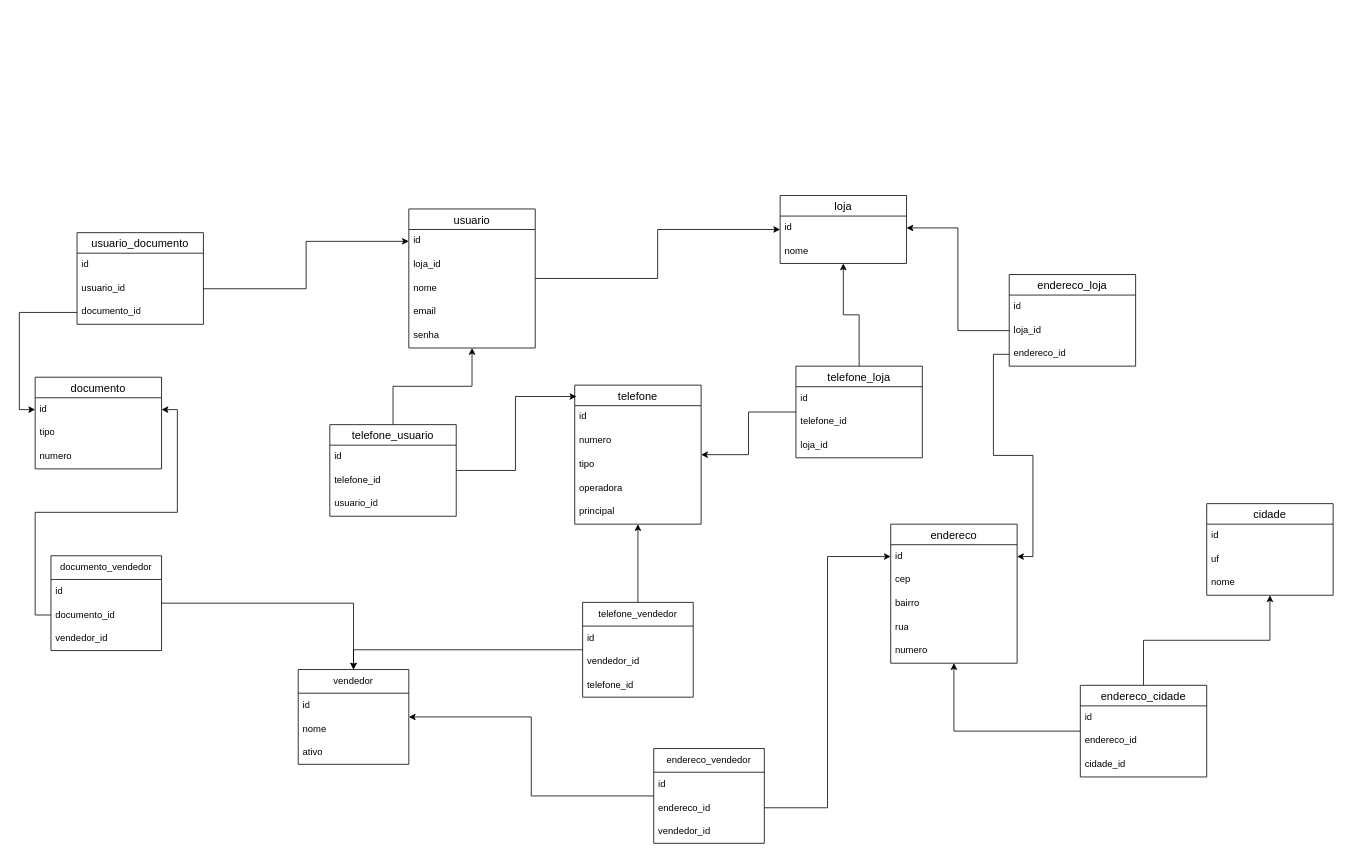
The draw.io diagram principal.drawio in kent4naTx/docs, before the edit. Source tidied: cells renumbered, new cells numbered last; positions are measured from the earlier drawing's top-left corner, leaving out a move shared by most shapes. Both pictures are drawn from the tidied source at 79%, with x=0, y=0 at pixel (35, 195).
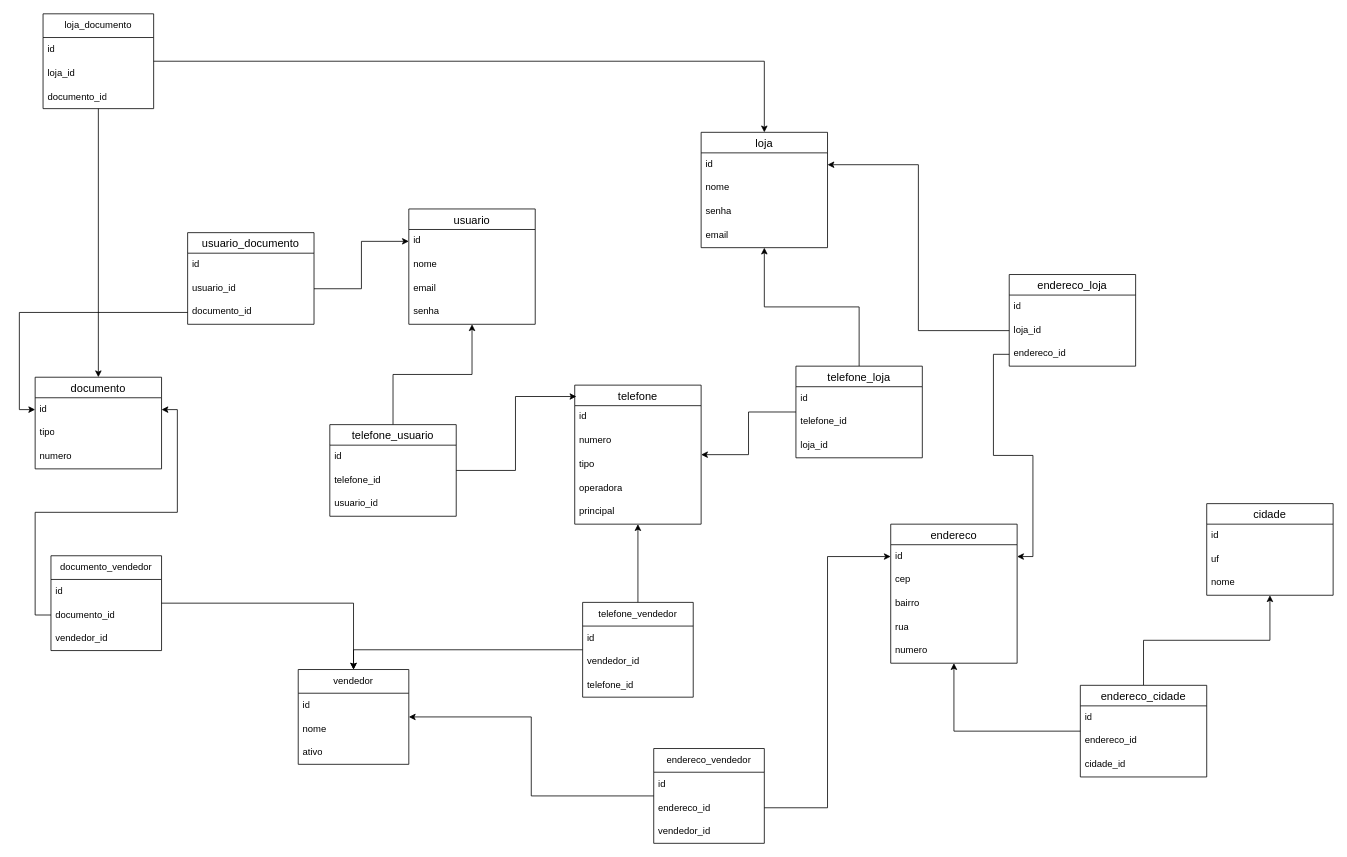
Above is the later version.

The change refers to these unchanged cells:
```xml
<mxCell id="51" value="documento" style="swimlane;fontStyle=0;horizontal=1;startSize=26;align=center;fontSize=14;" parent="1" vertex="1">
  <mxGeometry y="230" width="160" height="116" as="geometry" />
</mxCell>
```

Change to the diagram source:
```diff
@@
-    <mxCell id="2" style="edgeStyle=orthogonalEdgeStyle;rounded=0;jettySize=auto;html=1;" parent="1" edge="1" source="3" target="9">
-      <mxGeometry relative="1" as="geometry" />
-    </mxCell>
     <mxCell id="3" value="usuario" style="swimlane;fontStyle=0;horizontal=1;startSize=26;align=center;fontSize=14;" parent="1" vertex="1">
-      <mxGeometry x="473" y="17" width="160" height="176" as="geometry" />
+      <mxGeometry x="473" y="17" width="160" height="146" as="geometry" />
     </mxCell>
@@
-    <mxCell id="5" value="loja_id" style="text;strokeColor=none;fillColor=none;spacingLeft=4;spacingRight=4;overflow=hidden;fontSize=12;whiteSpace=wrap;html=1;" parent="3" vertex="1">
-      <mxGeometry y="56" width="160" height="30" as="geometry" />
-    </mxCell>
     <mxCell id="6" value="nome&lt;br&gt;" style="text;strokeColor=none;fillColor=none;spacingLeft=4;spacingRight=4;overflow=hidden;fontSize=12;whiteSpace=wrap;html=1;" parent="3" vertex="1">
-      <mxGeometry y="86" width="160" height="30" as="geometry" />
+      <mxGeometry y="56" width="160" height="30" as="geometry" />
     </mxCell>
     <mxCell id="7" value="email" style="text;strokeColor=none;fillColor=none;spacingLeft=4;spacingRight=4;overflow=hidden;fontSize=12;whiteSpace=wrap;html=1;" parent="3" vertex="1">
-      <mxGeometry y="116" width="160" height="30" as="geometry" />
+      <mxGeometry y="86" width="160" height="30" as="geometry" />
     </mxCell>
     <mxCell id="8" value="senha" style="text;strokeColor=none;fillColor=none;spacingLeft=4;spacingRight=4;overflow=hidden;fontSize=12;whiteSpace=wrap;html=1;" parent="3" vertex="1">
-      <mxGeometry y="146" width="160" height="30" as="geometry" />
+      <mxGeometry y="116" width="160" height="30" as="geometry" />
     </mxCell>
     <mxCell id="9" value="loja" style="swimlane;fontStyle=0;horizontal=1;startSize=26;align=center;fontSize=14;" parent="1" vertex="1">
-      <mxGeometry x="943" width="160" height="86" as="geometry" />
+      <mxGeometry x="843" y="-80" width="160" height="146" as="geometry" />
     </mxCell>
@@
+    <mxCell id="84" value="senha" style="text;strokeColor=none;fillColor=none;spacingLeft=4;spacingRight=4;overflow=hidden;fontSize=12;whiteSpace=wrap;html=1;" parent="9" vertex="1">
+      <mxGeometry y="86" width="160" height="30" as="geometry" />
+    </mxCell>
+    <mxCell id="85" value="email" style="text;strokeColor=none;fillColor=none;spacingLeft=4;spacingRight=4;overflow=hidden;fontSize=12;whiteSpace=wrap;html=1;" parent="9" vertex="1">
+      <mxGeometry y="116" width="160" height="30" as="geometry" />
+    </mxCell>
@@
     <mxCell id="55" value="usuario_documento" style="swimlane;fontStyle=0;horizontal=1;startSize=26;align=center;fontSize=14;" parent="1" vertex="1">
-      <mxGeometry x="53" y="47" width="160" height="116" as="geometry" />
+      <mxGeometry x="193" y="47" width="160" height="116" as="geometry" />
     </mxCell>
@@
+    <mxCell id="86" style="edgeStyle=orthogonalEdgeStyle;rounded=0;jettySize=auto;html=1;" parent="1" edge="1" source="88" target="9">
+      <mxGeometry relative="1" as="geometry" />
+    </mxCell>
+    <mxCell id="87" style="edgeStyle=orthogonalEdgeStyle;rounded=0;jettySize=auto;html=1;" parent="1" edge="1" source="88" target="51">
+      <mxGeometry relative="1" as="geometry" />
+    </mxCell>
+    <mxCell id="88" value="loja_documento" style="swimlane;fontStyle=0;horizontal=1;startSize=30;whiteSpace=wrap;html=1;" parent="1" vertex="1">
+      <mxGeometry x="10" y="-230" width="140" height="120" as="geometry" />
+    </mxCell>
+    <mxCell id="89" value="id" style="text;strokeColor=none;fillColor=none;align=left;verticalAlign=middle;spacingLeft=4;spacingRight=4;overflow=hidden;whiteSpace=wrap;html=1;" parent="88" vertex="1">
+      <mxGeometry y="30" width="140" height="30" as="geometry" />
+    </mxCell>
+    <mxCell id="5" value="loja_id" style="text;strokeColor=none;fillColor=none;align=left;verticalAlign=middle;spacingLeft=4;spacingRight=4;overflow=hidden;whiteSpace=wrap;html=1;" parent="88" vertex="1">
+      <mxGeometry y="60" width="140" height="30" as="geometry" />
+    </mxCell>
+    <mxCell id="90" value="documento_id" style="text;strokeColor=none;fillColor=none;align=left;verticalAlign=middle;spacingLeft=4;spacingRight=4;overflow=hidden;whiteSpace=wrap;html=1;" parent="88" vertex="1">
+      <mxGeometry y="90" width="140" height="30" as="geometry" />
+    </mxCell>
```
